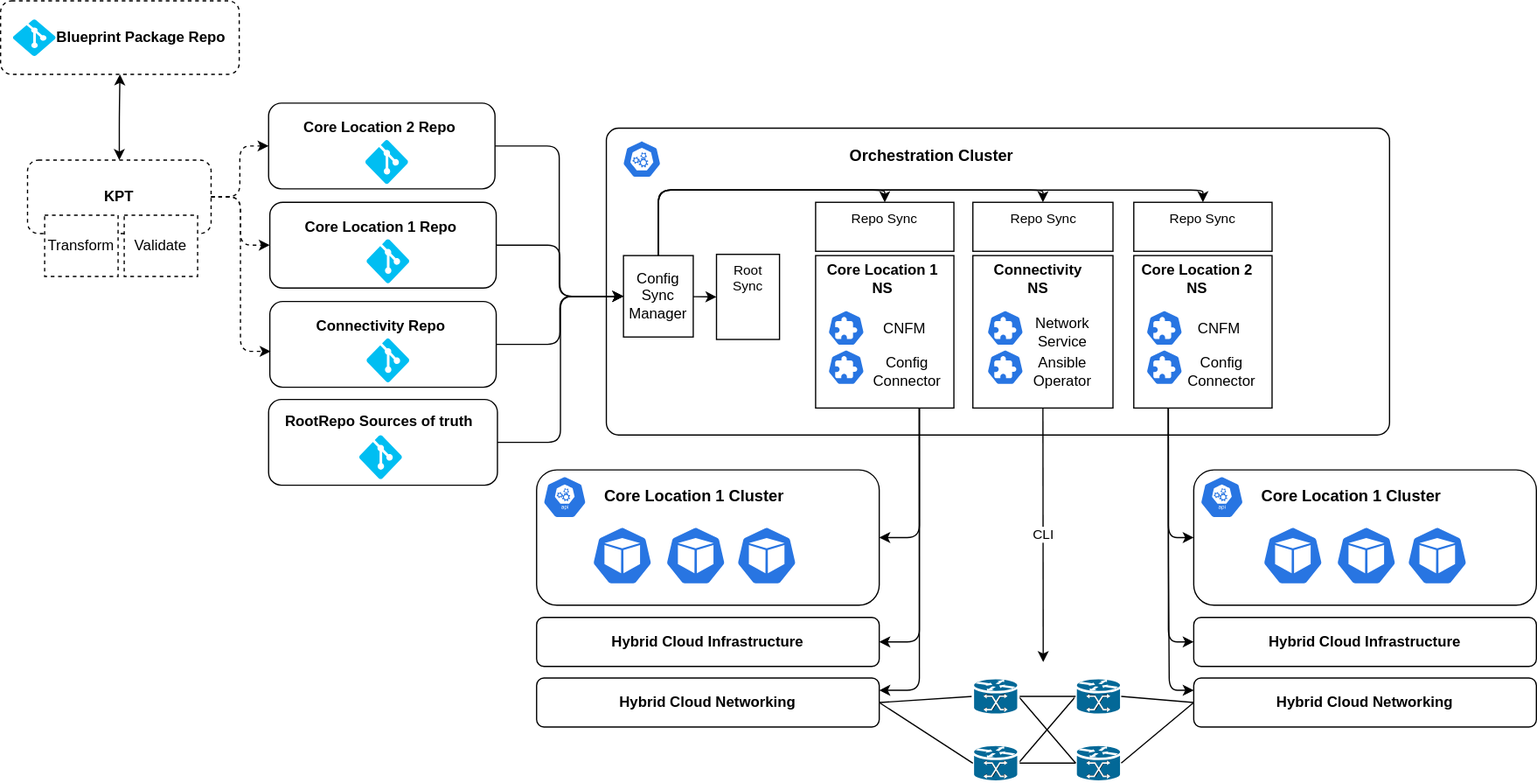
Earlier version of the draw.io export drawings/lifecycle/repos.drawio.svg (LeegenSteven/NetworkAgent-dev). Source tidied: cells renumbered, new cells last; positions are measured from the earlier drawing's top-left corner, leaving out a move shared by most shapes.
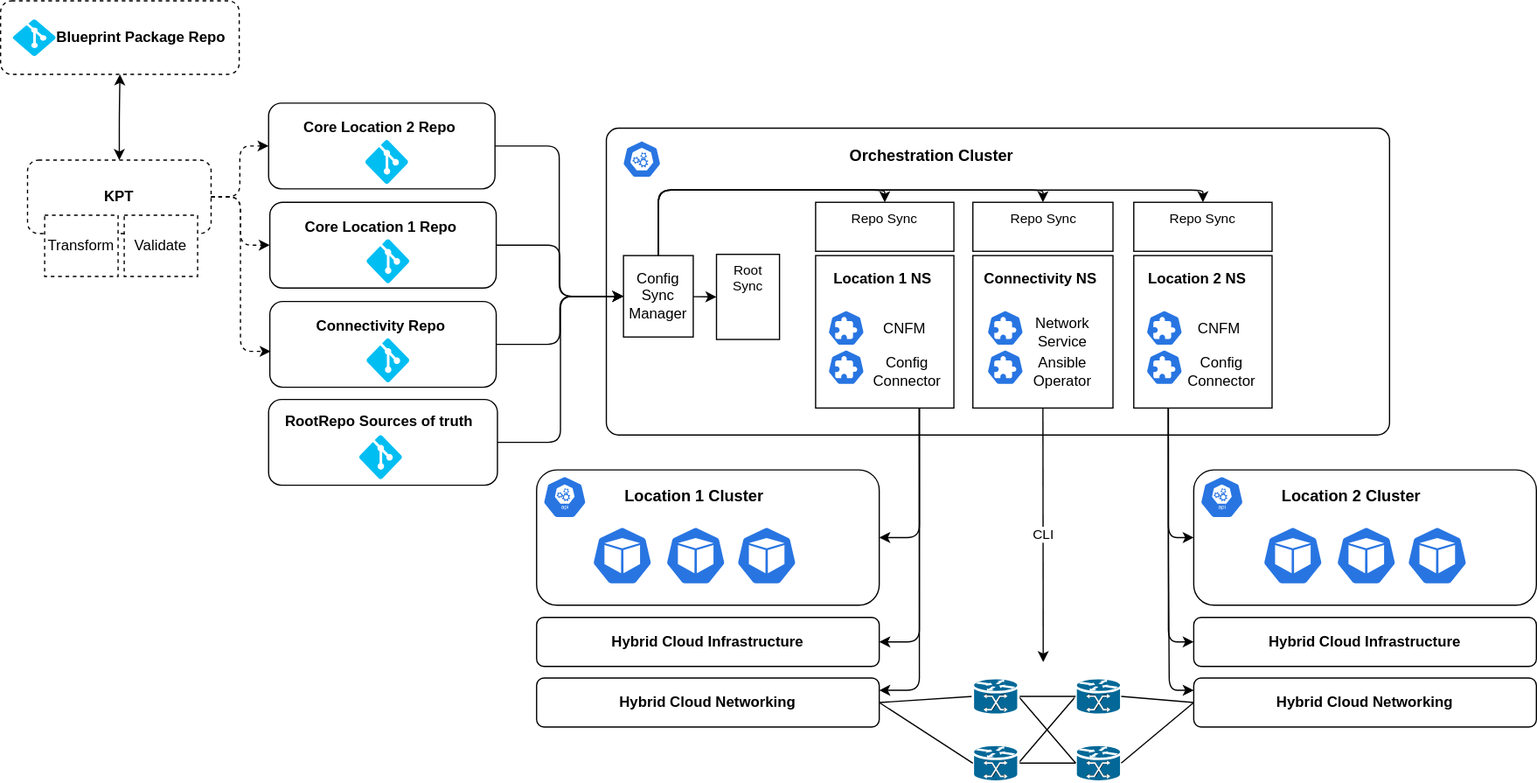
After the change.

What changed in the source:
```diff
@@ -115,16 +115,16 @@
     <mxCell id="38" style="sketch=0;html=1;dashed=0;whitespace=wrap;fillColor=#2875E2;strokeColor=#ffffff;verticalLabelPosition=bottom;align=center;verticalAlign=top;shape=mxgraph.kubernetes.icon;prIcon=crd;" parent="1" vertex="1">
       <mxGeometry x="936" y="280.8" width="30" height="36.8" as="geometry" />
     </mxCell>
-    <mxCell id="39" value="Core Location 1 NS" style="text;html=1;strokeColor=none;fillColor=none;align=center;verticalAlign=middle;whiteSpace=wrap;rounded=0;fontStyle=1;" parent="1" vertex="1">
+    <mxCell id="39" value="Location 1 NS" style="text;html=1;strokeColor=none;fillColor=none;align=center;verticalAlign=middle;whiteSpace=wrap;rounded=0;fontStyle=1;" parent="1" vertex="1">
       <mxGeometry x="671" y="212" width="100" height="30" as="geometry" />
     </mxCell>
     <mxCell id="40" value="Orchestration Cluster" style="text;html=1;strokeColor=none;fillColor=none;align=center;verticalAlign=middle;whiteSpace=wrap;rounded=0;fontStyle=1;fontSize=13;" parent="1" vertex="1">
       <mxGeometry x="651" y="111" width="220" height="30" as="geometry" />
     </mxCell>
-    <mxCell id="41" value="Connectivity &lt;br&gt;NS" style="text;html=1;strokeColor=none;fillColor=none;align=center;verticalAlign=middle;whiteSpace=wrap;rounded=0;fontStyle=1;" parent="1" vertex="1">
-      <mxGeometry x="798" y="212" width="100" height="30" as="geometry" />
+    <mxCell id="41" value="Connectivity NS" style="text;html=1;strokeColor=none;fillColor=none;align=center;verticalAlign=middle;whiteSpace=wrap;rounded=0;fontStyle=1;" parent="1" vertex="1">
+      <mxGeometry x="785" y="212" width="130" height="30" as="geometry" />
     </mxCell>
-    <mxCell id="42" value="Core Location 2 NS" style="text;html=1;strokeColor=none;fillColor=none;align=center;verticalAlign=middle;whiteSpace=wrap;rounded=0;fontStyle=1;" parent="1" vertex="1">
+    <mxCell id="42" value="Location 2 NS" style="text;html=1;strokeColor=none;fillColor=none;align=center;verticalAlign=middle;whiteSpace=wrap;rounded=0;fontStyle=1;" parent="1" vertex="1">
       <mxGeometry x="928" y="212" width="100" height="30" as="geometry" />
     </mxCell>
     <mxCell id="43" value="Repo Sync" style="rounded=0;whiteSpace=wrap;html=1;fontSize=11;verticalAlign=top;" parent="1" vertex="1">
@@ -199,7 +199,7 @@
     <mxCell id="66" style="sketch=0;html=1;dashed=0;whitespace=wrap;fillColor=#2875E2;strokeColor=#ffffff;verticalLabelPosition=bottom;align=center;verticalAlign=top;shape=mxgraph.kubernetes.icon;prIcon=api;" parent="1" vertex="1">
       <mxGeometry x="438" y="388" width="46" height="34.5" as="geometry" />
     </mxCell>
-    <mxCell id="67" value="Core Location 1 Cluster" style="text;html=1;strokeColor=none;fillColor=none;align=center;verticalAlign=middle;whiteSpace=wrap;rounded=0;fontStyle=1;fontSize=13;" parent="1" vertex="1">
+    <mxCell id="67" value="Location 1 Cluster" style="text;html=1;strokeColor=none;fillColor=none;align=center;verticalAlign=middle;whiteSpace=wrap;rounded=0;fontStyle=1;fontSize=13;" parent="1" vertex="1">
       <mxGeometry x="482" y="389" width="170" height="30" as="geometry" />
     </mxCell>
     <mxCell id="68" value="Hybrid Cloud Infrastructure" style="rounded=1;whiteSpace=wrap;html=1;fontStyle=1;" parent="1" vertex="1">
@@ -211,7 +211,7 @@
     <mxCell id="70" style="sketch=0;html=1;dashed=0;whitespace=wrap;fillColor=#2875E2;strokeColor=#ffffff;verticalLabelPosition=bottom;align=center;verticalAlign=top;shape=mxgraph.kubernetes.icon;prIcon=api;" parent="1" vertex="1">
       <mxGeometry x="975" y="388" width="46" height="34.5" as="geometry" />
     </mxCell>
-    <mxCell id="71" value="Core Location 1 Cluster" style="text;html=1;strokeColor=none;fillColor=none;align=center;verticalAlign=middle;whiteSpace=wrap;rounded=0;fontStyle=1;fontSize=13;" parent="1" vertex="1">
+    <mxCell id="71" value="Location 2 Cluster" style="text;html=1;strokeColor=none;fillColor=none;align=center;verticalAlign=middle;whiteSpace=wrap;rounded=0;fontStyle=1;fontSize=13;" parent="1" vertex="1">
       <mxGeometry x="1019" y="389" width="170" height="30" as="geometry" />
     </mxCell>
     <mxCell id="72" value="Hybrid Cloud Infrastructure" style="rounded=1;whiteSpace=wrap;html=1;fontStyle=1;" parent="1" vertex="1">
```
